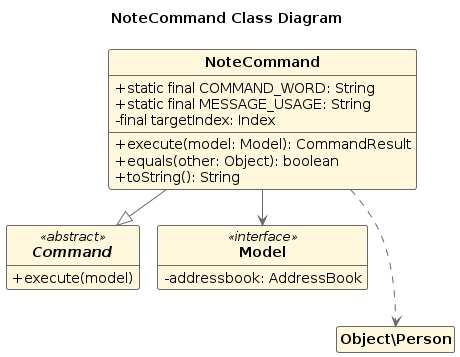
The PlantUML diagram diagrams/NoteCommandClassDiagram.png in AY2324S2-CS2103T-F14-1/tp, before a commit. Its source is kept beside it as diagrams/NoteCommandClassDiagram.puml.
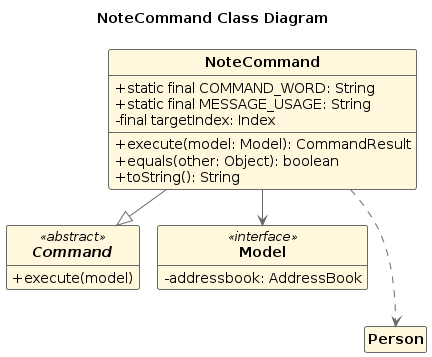
After the commit.

Change to the diagram source:
```diff
@@ -39,7 +39,7 @@
 }
 
 Object\NoteCommand --> Object\Model
-Object\NoteCommand ...> Object\Person
+Object\NoteCommand ...> Person
 Object\NoteCommand --|> Object\Command
 
 
```
